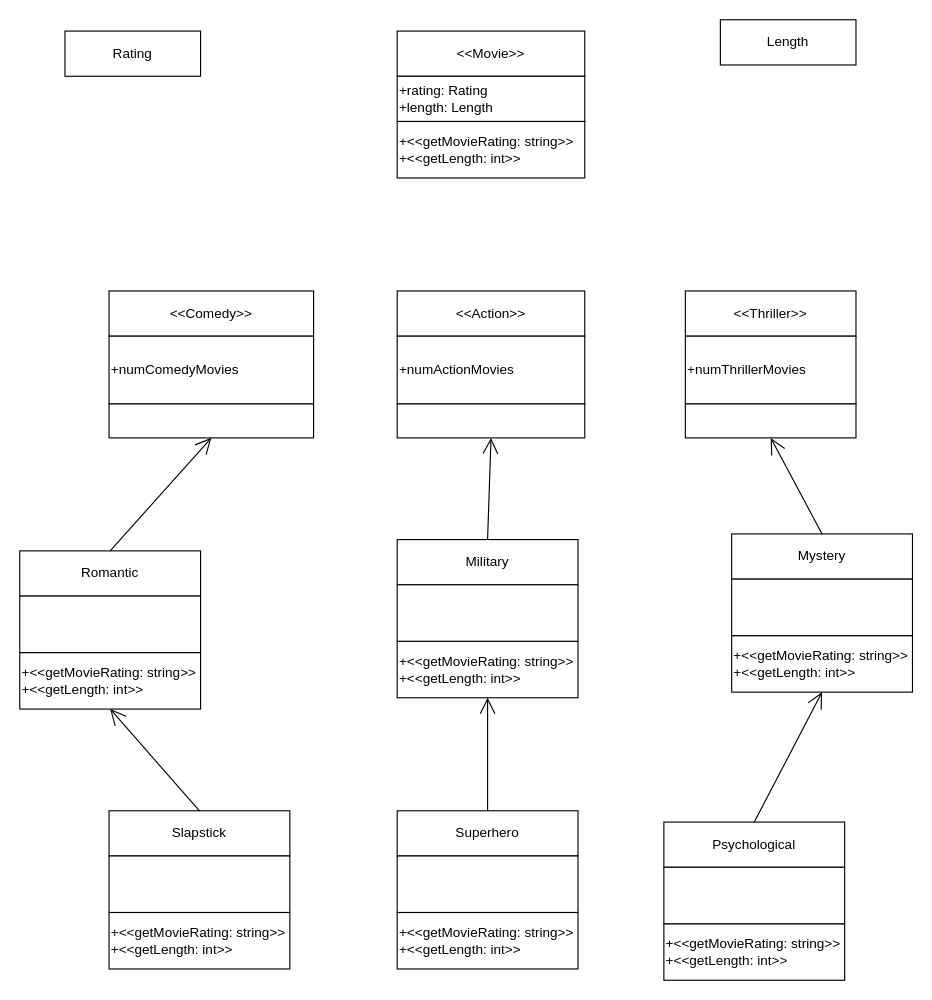
Before: TP2.drawio in GableDauterive19/GableRepository, a draw.io diagram. Source tidied: cells renumbered, new cells numbered last; positions are measured from the earlier drawing's top-left corner, leaving out a move shared by most shapes. Both pictures are drawn from the tidied source at 113%, with x=0, y=0 at pixel (19, 19).
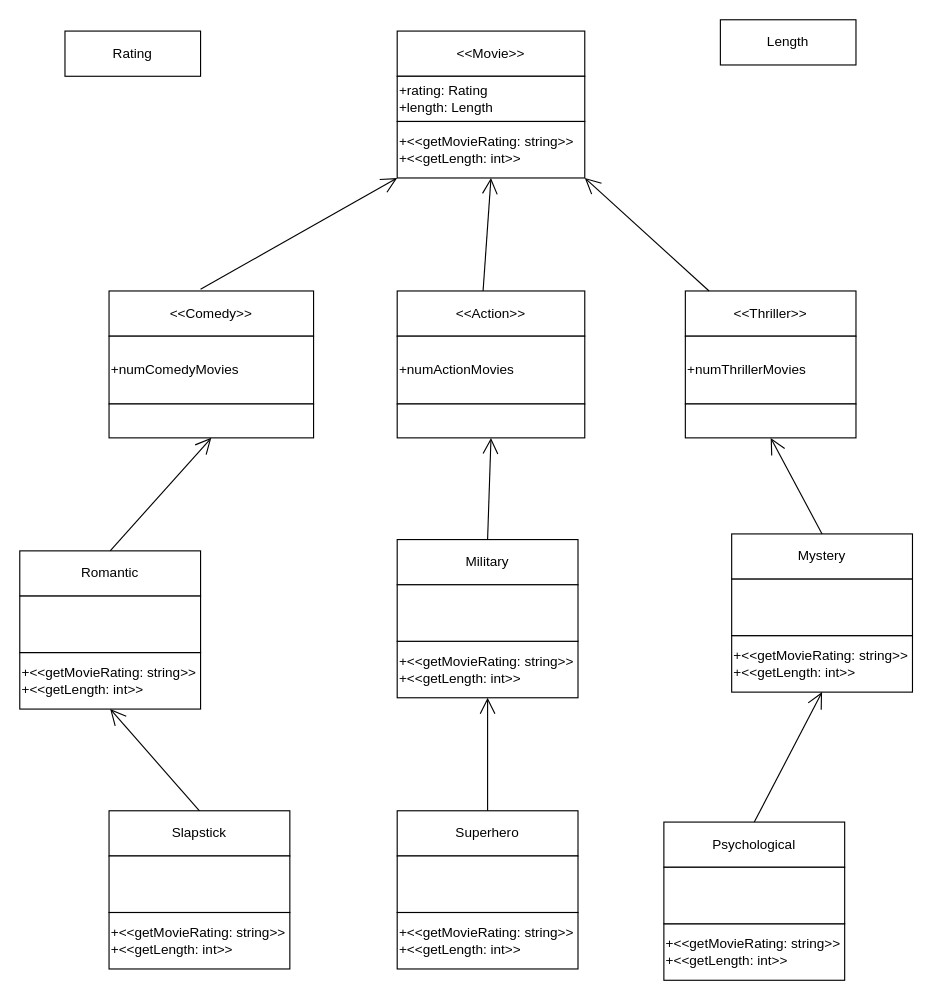
The same diagram, later.

Unchanged cells that the change refers to:
```xml
<mxCell id="4" value="+&amp;lt;&amp;lt;getMovieRating: string&amp;gt;&amp;gt;&lt;br&gt;+&amp;lt;&amp;lt;getLength: int&amp;gt;&amp;gt;" style="rounded=0;whiteSpace=wrap;html=1;align=left;" parent="1" vertex="1">
  <mxGeometry x="334" y="90" width="166" height="50" as="geometry" />
</mxCell>
```

Change to the diagram source:
```diff
@@
+    <mxCell id="40" style="endArrow=open;endFill=1;endSize=12;html=1;rounded=0;entryX=0;entryY=1;entryDx=0;entryDy=0;" parent="1" edge="1" target="4">
+      <mxGeometry relative="1" as="geometry">
+        <mxPoint x="160" y="238.5" as="sourcePoint" />
+      </mxGeometry>
+    </mxCell>
+    <mxCell id="41" style="endArrow=open;endFill=1;endSize=12;html=1;rounded=0;entryX=0.5;entryY=1;entryDx=0;entryDy=0;" parent="1" edge="1" target="4">
+      <mxGeometry relative="1" as="geometry">
+        <mxPoint x="410" y="240" as="sourcePoint" />
+      </mxGeometry>
+    </mxCell>
+    <mxCell id="42" style="endArrow=open;endFill=1;endSize=12;html=1;rounded=0;entryX=1;entryY=1;entryDx=0;entryDy=0;" parent="1" edge="1" target="4">
+      <mxGeometry relative="1" as="geometry">
+        <mxPoint x="610" y="240" as="sourcePoint" />
+      </mxGeometry>
+    </mxCell>
```
